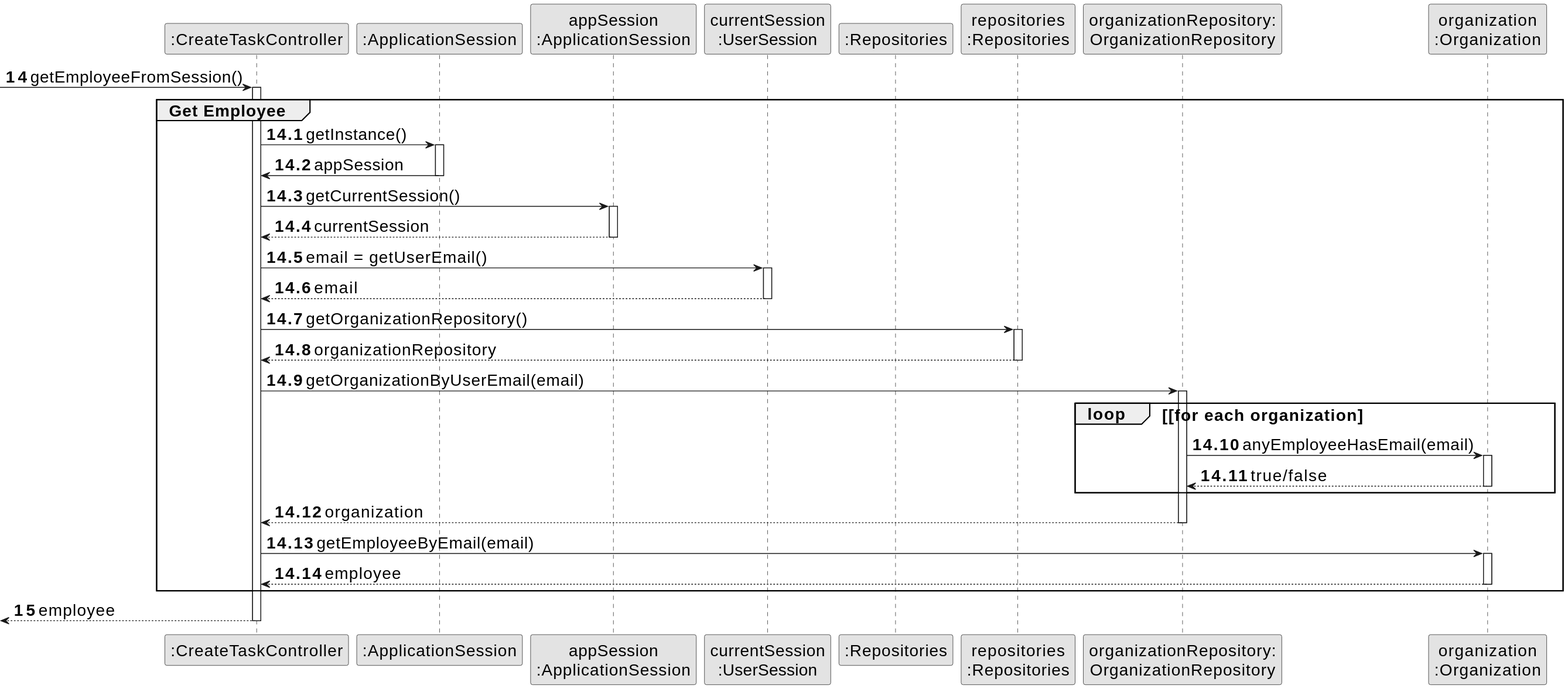
Above: docs/sprintA&B&C/us026/03.design/svg/us026-sequence-diagram-partial-get-vehicle-object.svg in daniel41silva05/ISEP_2023_2024_LAPR2 (PlantUML), before the change. Source of this version:
```plantuml
@startuml
skinparamlocked defaultFontSize 20
skinparam monochrome true
skinparam packageStyle rectangle
skinparam shadowing false



participant ":CreateTaskController" as CTRL
participant ":ApplicationSession" as _APP
participant "appSession\n:ApplicationSession" as APP
participant "currentSession\n:UserSession" as SESSAO
participant ":Repositories" as RepositorySingleton
participant "repositories\n:Repositories" as PLAT
participant "organizationRepository:\nOrganizationRepository" as OrganizationRepository
participant "organization\n:Organization" as ORG

autonumber 14
-> CTRL : getEmployeeFromSession()
autonumber 14.1
activate CTRL

    group Get Employee
        CTRL -> _APP: getInstance()
        activate _APP
            _APP -> CTRL: appSession
        deactivate _APP

        CTRL -> APP: getCurrentSession()
        activate APP

            APP --> CTRL: currentSession
        deactivate APP

        CTRL -> SESSAO: email = getUserEmail()
        activate SESSAO

            SESSAO --> CTRL: email
        deactivate SESSAO

        CTRL -> PLAT: getOrganizationRepository()
        activate PLAT

            PLAT --> CTRL: organizationRepository
        deactivate PLAT

        CTRL -> OrganizationRepository: getOrganizationByUserEmail(email)
        activate OrganizationRepository

            loop [for each organization
                OrganizationRepository -> ORG : anyEmployeeHasEmail(email)
                activate ORG

                     ORG --> OrganizationRepository : true/false
                deactivate ORG
            end

            OrganizationRepository --> CTRL : organization

        deactivate OrganizationRepository

        CTRL -> ORG: getEmployeeByEmail(email)
        activate ORG

            ORG --> CTRL : employee
        deactivate ORG
    end
    autonumber 15
    <-- CTRL : employee
deactivate CTRL
@enduml
```
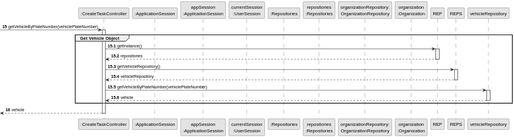
After the commit.

What changed in the source:
```diff
@@ -1,5 +1,4 @@
 @startuml
-skinparamlocked defaultFontSize 20
 skinparam monochrome true
 skinparam packageStyle rectangle
 skinparam shadowing false
@@ -15,57 +14,31 @@
 participant "organizationRepository:\nOrganizationRepository" as OrganizationRepository
 participant "organization\n:Organization" as ORG
 
-autonumber 14
--> CTRL : getEmployeeFromSession()
-autonumber 14.1
+autonumber 15
+-> CTRL : getVehicleByPlateNumber(vehiclePlateNumber)
+autonumber 15.1
 activate CTRL
 
-    group Get Employee
-        CTRL -> _APP: getInstance()
-        activate _APP
-            _APP -> CTRL: appSession
-        deactivate _APP
+    group Get Vehicle Object
+            CTRL -> REP: getInstance()
+            activate REP
 
-        CTRL -> APP: getCurrentSession()
-        activate APP
+            REP --> CTRL: repositories
+            deactivate REP
 
-            APP --> CTRL: currentSession
-        deactivate APP
+            CTRL -> REPS: getVehicleRepository()
+            activate REPS
 
-        CTRL -> SESSAO: email = getUserEmail()
-        activate SESSAO
+            REPS --> CTRL: vehicleRepository
+            deactivate REPS
 
-            SESSAO --> CTRL: email
-        deactivate SESSAO
+            CTRL -> vehicleRepository: getVehicleByPlateNumber(vehiclePlateNumber)
+            activate vehicleRepository
 
-        CTRL -> PLAT: getOrganizationRepository()
-        activate PLAT
-
-            PLAT --> CTRL: organizationRepository
-        deactivate PLAT
-
-        CTRL -> OrganizationRepository: getOrganizationByUserEmail(email)
-        activate OrganizationRepository
-
-            loop [for each organization
-                OrganizationRepository -> ORG : anyEmployeeHasEmail(email)
-                activate ORG
-
-                     ORG --> OrganizationRepository : true/false
-                deactivate ORG
-            end
-
-            OrganizationRepository --> CTRL : organization
-
-        deactivate OrganizationRepository
-
-        CTRL -> ORG: getEmployeeByEmail(email)
-        activate ORG
-
-            ORG --> CTRL : employee
-        deactivate ORG
+            vehicleRepository --> CTRL: vehicle
+            deactivate vehicleRepository
     end
-    autonumber 15
-    <-- CTRL : employee
+    autonumber 16
+    <-- CTRL : vehicle
 deactivate CTRL
 @enduml
```
